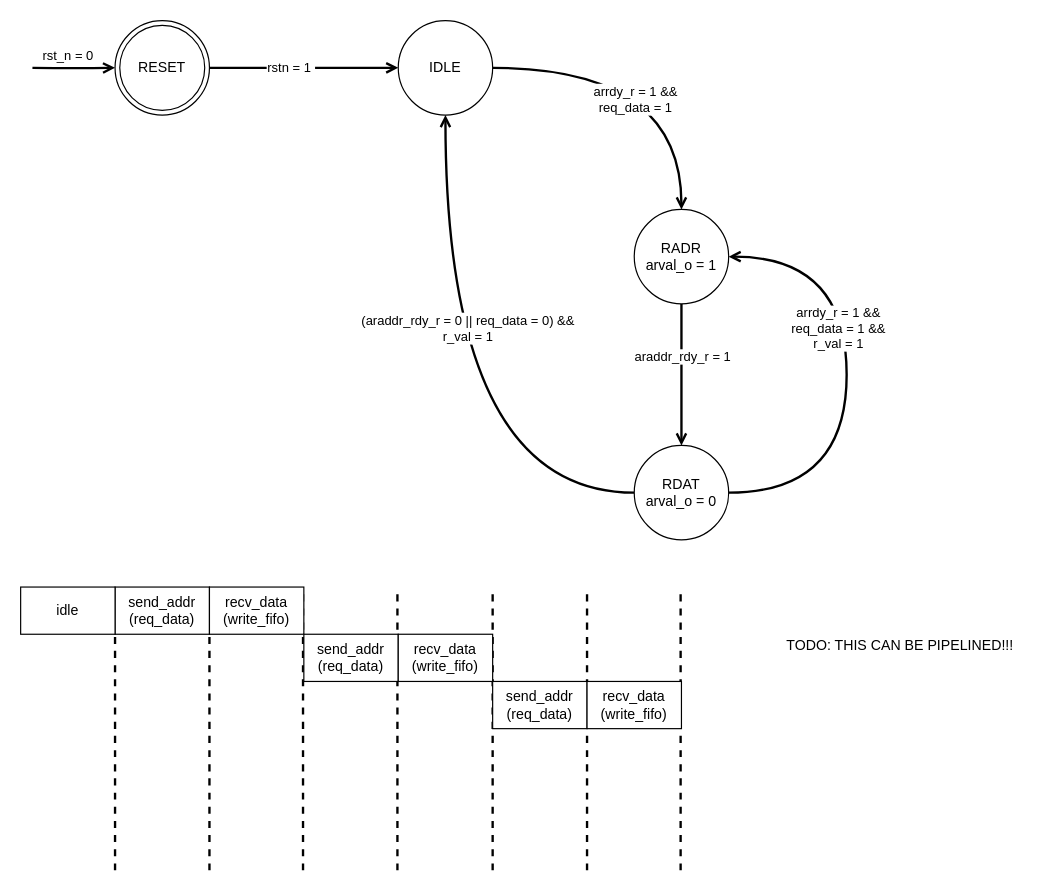
T-Szymk/VGA_Controller keeps this draw.io diagram as page "vga_mem_ctrl_fsm" (4 of 4) of docs/top_lvl_block_diagram.drawio. Above is the earlier version. Source tidied: cells renumbered, new cells numbered last; positions are measured from the earlier drawing's top-left corner, leaving out a move shared by most shapes. Both pictures are drawn from the tidied source at 118%, with x=0, y=0 at pixel (20, 20).
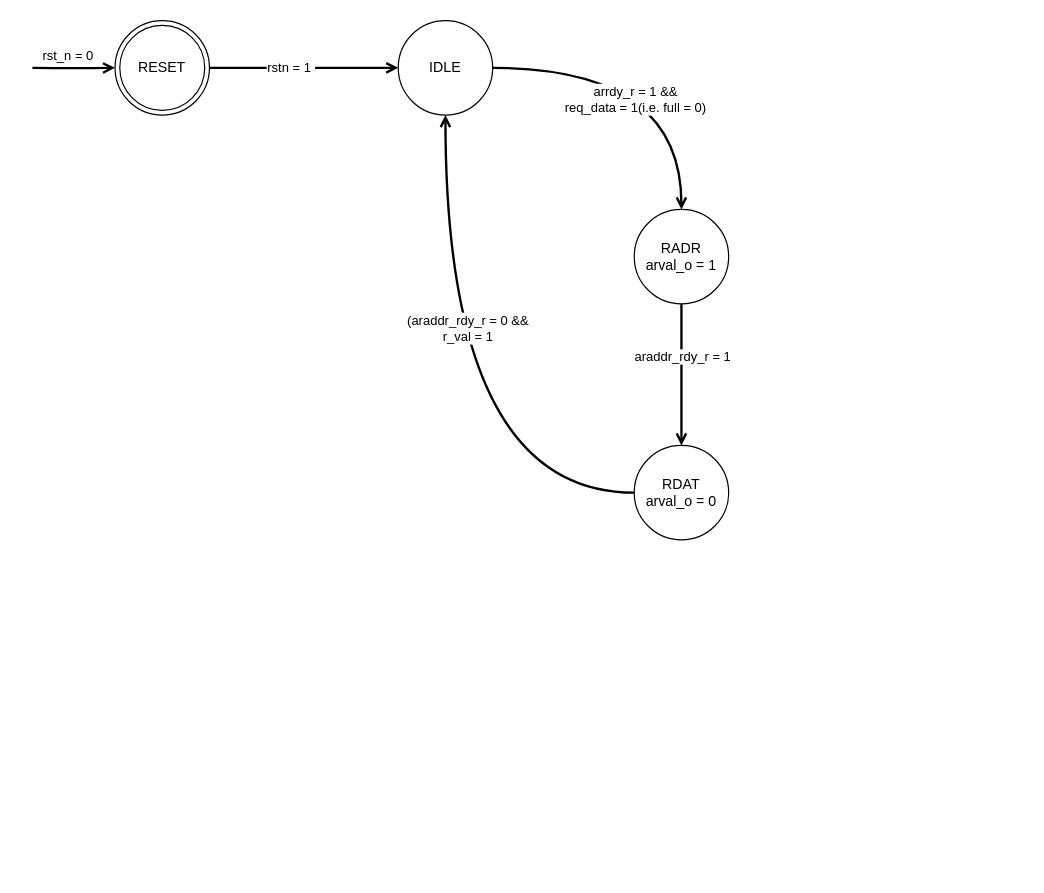
Above is the later version.

Commit message (it also covers changes not shown here):
modified AXI mem timing and FSM

Unchanged cells that the change refers to:
```xml
<mxCell id="6" style="edgeStyle=orthogonalEdgeStyle;curved=1;rounded=0;jettySize=auto;html=1;exitX=1;exitY=0.5;exitDx=0;exitDy=0;entryX=0.5;entryY=0;entryDx=0;entryDy=0;endArrow=open;endFill=0;strokeWidth=2;" parent="1" edge="1" source="8" target="11">
  <mxGeometry relative="1" as="geometry" />
</mxCell>
<mxCell id="11" value="RADR&lt;br&gt;arval_o = 1" style="ellipse;whiteSpace=wrap;html=1;" parent="1" vertex="1">
  <mxGeometry x="520" y="160" width="80" height="80" as="geometry" />
</mxCell>
<mxCell id="14" style="edgeStyle=orthogonalEdgeStyle;curved=1;rounded=0;jettySize=auto;html=1;exitX=0;exitY=0.5;exitDx=0;exitDy=0;entryX=0.5;entryY=1;entryDx=0;entryDy=0;endArrow=open;endFill=0;strokeWidth=2;" parent="1" edge="1" source="16" target="8">
  <mxGeometry relative="1" as="geometry" />
</mxCell>
<mxCell id="16" value="RDAT&lt;br&gt;arval_o = 0" style="ellipse;whiteSpace=wrap;html=1;" parent="1" vertex="1">
  <mxGeometry x="520" y="360" width="80" height="80" as="geometry" />
</mxCell>
```

What changed in the source:
```diff
@@
-    <mxCell id="7" value="arrdy_r = 1 &amp;amp;&amp;amp; &lt;br&gt;req_data = 1" style="edgeLabel;html=1;align=center;verticalAlign=middle;" parent="6" vertex="1">
+    <mxCell id="7" value="arrdy_r = 1 &amp;amp;&amp;amp; &lt;br&gt;req_data = 1(i.e. full = 0)" style="edgeLabel;html=1;align=center;verticalAlign=middle;" parent="6" vertex="1">
       <mxGeometry x="-0.14" y="-26" relative="1" as="geometry" />
     </mxCell>
@@
-    <mxCell id="12" style="edgeStyle=orthogonalEdgeStyle;curved=1;rounded=0;jettySize=auto;html=1;exitX=1;exitY=0.5;exitDx=0;exitDy=0;entryX=1;entryY=0.5;entryDx=0;entryDy=0;endArrow=open;endFill=0;strokeWidth=2;" parent="1" edge="1" source="16" target="11">
-      <mxGeometry relative="1" as="geometry">
-        <Array as="points">
-          <mxPoint x="700" y="400" />
-          <mxPoint x="700" y="200" />
-        </Array>
-      </mxGeometry>
-    </mxCell>
-    <mxCell id="13" value="arrdy_r = 1 &amp;amp;&amp;amp; &lt;br&gt;req_data = 1 &amp;amp;&amp;amp;&lt;br&gt;r_val = 1" style="edgeLabel;html=1;align=center;verticalAlign=middle;" parent="12" vertex="1">
-      <mxGeometry x="0.2" y="8" relative="1" as="geometry" />
-    </mxCell>
@@
-    <mxCell id="15" value="(araddr_rdy_r = 0 || req_data = 0) &amp;amp;&amp;amp;&lt;br&gt;r_val = 1" style="edgeLabel;html=1;align=center;verticalAlign=middle;" parent="14" vertex="1">
+    <mxCell id="15" value="(araddr_rdy_r = 0 &amp;amp;&amp;amp;&lt;br&gt;r_val = 1" style="edgeLabel;html=1;align=center;verticalAlign=middle;" parent="14" vertex="1">
       <mxGeometry x="0.25" y="-18" relative="1" as="geometry" />
     </mxCell>
@@
-    <mxCell id="17" style="endArrow=none;dashed=1;html=1;rounded=0;strokeWidth=2;curved=1;" parent="1" edge="1">
-      <mxGeometry relative="1" as="geometry">
-        <mxPoint x="80" y="720" as="sourcePoint" />
-        <mxPoint x="80" y="480" as="targetPoint" />
-      </mxGeometry>
-    </mxCell>
-    <mxCell id="18" style="endArrow=none;dashed=1;html=1;rounded=0;strokeWidth=2;curved=1;" parent="1" edge="1">
-      <mxGeometry relative="1" as="geometry">
-        <mxPoint x="160" y="720" as="sourcePoint" />
-        <mxPoint x="160" y="480" as="targetPoint" />
-      </mxGeometry>
-    </mxCell>
-    <mxCell id="19" style="endArrow=none;dashed=1;html=1;rounded=0;strokeWidth=2;curved=1;" parent="1" edge="1">
-      <mxGeometry relative="1" as="geometry">
-        <mxPoint x="239.3" y="720" as="sourcePoint" />
-        <mxPoint x="239.3" y="480" as="targetPoint" />
-      </mxGeometry>
-    </mxCell>
-    <mxCell id="20" style="endArrow=none;dashed=1;html=1;rounded=0;strokeWidth=2;curved=1;" parent="1" edge="1">
-      <mxGeometry relative="1" as="geometry">
-        <mxPoint x="319.3" y="720" as="sourcePoint" />
-        <mxPoint x="319.3" y="480" as="targetPoint" />
-      </mxGeometry>
-    </mxCell>
-    <mxCell id="21" style="endArrow=none;dashed=1;html=1;rounded=0;strokeWidth=2;curved=1;" parent="1" edge="1">
-      <mxGeometry relative="1" as="geometry">
-        <mxPoint x="400" y="720" as="sourcePoint" />
-        <mxPoint x="400" y="480" as="targetPoint" />
-      </mxGeometry>
-    </mxCell>
-    <mxCell id="22" style="endArrow=none;dashed=1;html=1;rounded=0;strokeWidth=2;curved=1;" parent="1" edge="1">
-      <mxGeometry relative="1" as="geometry">
-        <mxPoint x="480" y="720" as="sourcePoint" />
-        <mxPoint x="480" y="480" as="targetPoint" />
-      </mxGeometry>
-    </mxCell>
-    <mxCell id="23" style="endArrow=none;dashed=1;html=1;rounded=0;strokeWidth=2;curved=1;" parent="1" edge="1">
-      <mxGeometry relative="1" as="geometry">
-        <mxPoint x="559.3" y="720" as="sourcePoint" />
-        <mxPoint x="559.3" y="480" as="targetPoint" />
-      </mxGeometry>
-    </mxCell>
-    <mxCell id="24" value="send_addr&lt;br&gt;(req_data)" style="rounded=0;whiteSpace=wrap;html=1;" parent="1" vertex="1">
-      <mxGeometry x="80" y="480" width="80" height="40" as="geometry" />
-    </mxCell>
-    <mxCell id="25" value="recv_data&lt;br&gt;(write_fifo)" style="rounded=0;whiteSpace=wrap;html=1;" parent="1" vertex="1">
-      <mxGeometry x="160" y="480" width="80" height="40" as="geometry" />
-    </mxCell>
-    <mxCell id="26" value="send_addr&lt;br&gt;(req_data)" style="rounded=0;whiteSpace=wrap;html=1;" parent="1" vertex="1">
-      <mxGeometry x="240" y="520" width="80" height="40" as="geometry" />
-    </mxCell>
-    <mxCell id="27" value="recv_data&lt;br&gt;(write_fifo)" style="rounded=0;whiteSpace=wrap;html=1;" parent="1" vertex="1">
-      <mxGeometry x="320" y="520" width="80" height="40" as="geometry" />
-    </mxCell>
-    <mxCell id="28" value="send_addr&lt;br&gt;(req_data)" style="rounded=0;whiteSpace=wrap;html=1;" parent="1" vertex="1">
-      <mxGeometry x="400" y="560" width="80" height="40" as="geometry" />
-    </mxCell>
-    <mxCell id="29" value="recv_data&lt;br&gt;(write_fifo)" style="rounded=0;whiteSpace=wrap;html=1;" parent="1" vertex="1">
-      <mxGeometry x="480" y="560" width="80" height="40" as="geometry" />
-    </mxCell>
-    <mxCell id="30" value="idle" style="rounded=0;whiteSpace=wrap;html=1;" parent="1" vertex="1">
-      <mxGeometry y="480" width="80" height="40" as="geometry" />
-    </mxCell>
-    <mxCell id="31" value="TODO: THIS CAN BE PIPELINED!!!" style="text;html=1;align=center;verticalAlign=middle;strokeColor=none;fillColor=none;" parent="1" vertex="1">
-      <mxGeometry x="640" y="520" width="210" height="20" as="geometry" />
-    </mxCell>
```
